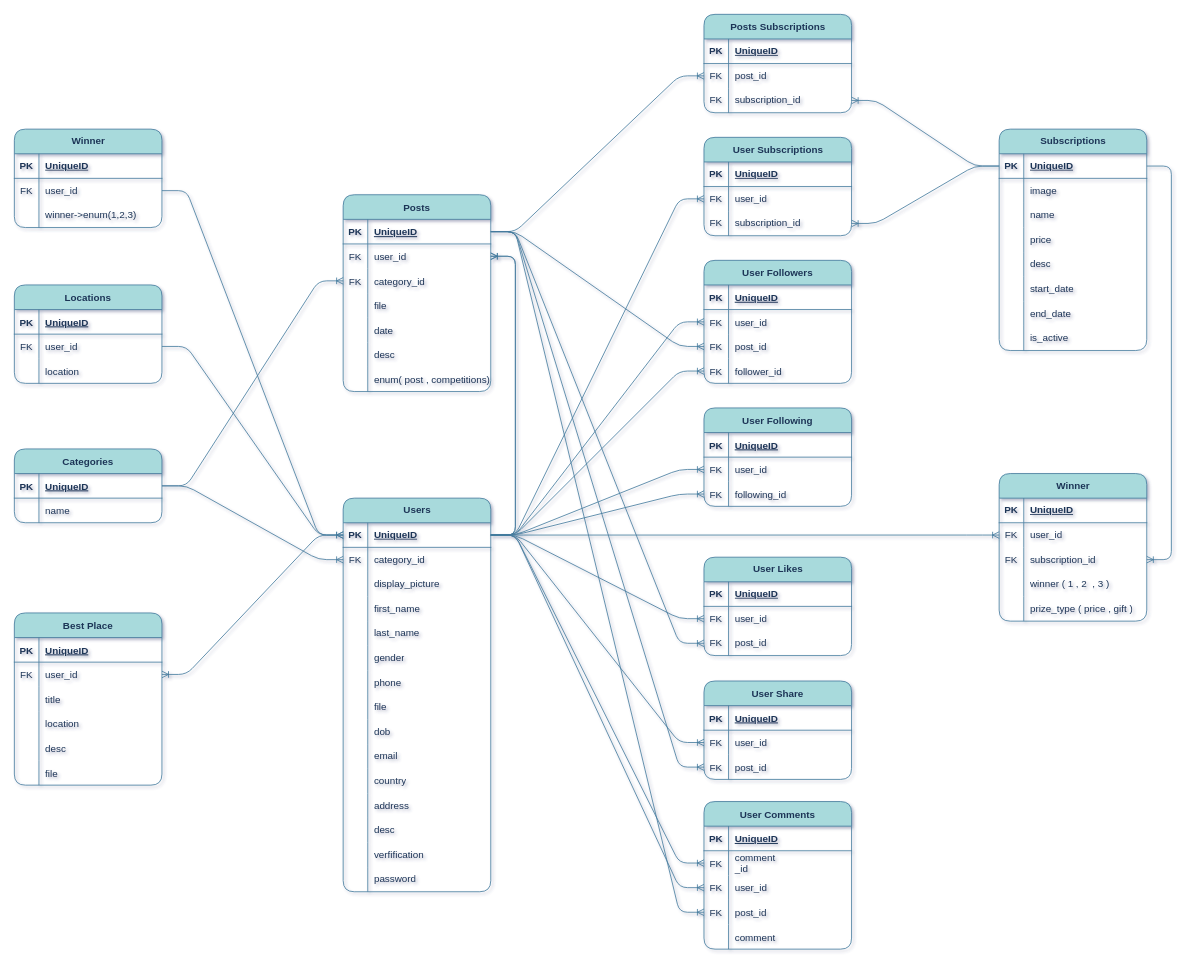
Earlier version of the draw.io diagram drone.drawio (ShariqBinZaid/dashboard_drone). Source tidied: cells renumbered, new cells numbered last; positions are measured from the earlier drawing's top-left corner, leaving out a move shared by most shapes. Both pictures are drawn from the tidied source at 82%, with x=0, y=0 at pixel (14, 14).
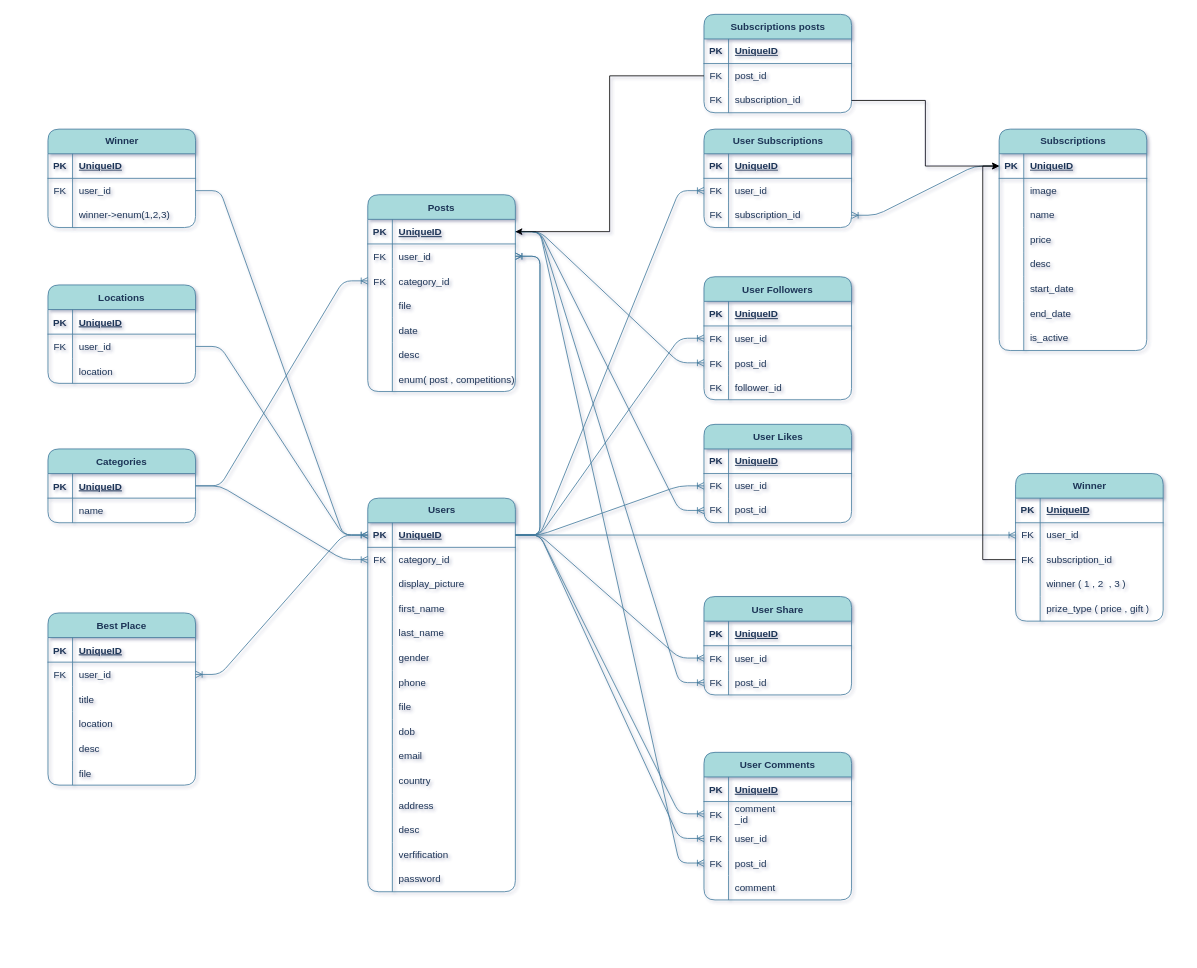
After the change.

Unchanged cells that the change refers to:
```xml
<mxCell id="3" style="shape=tableRow;horizontal=0;startSize=0;swimlaneHead=0;swimlaneBody=0;fillColor=none;points=[[0,0.5],[1,0.5]];portConstraint=eastwest;top=0;left=0;right=0;bottom=1;rounded=1;labelBackgroundColor=none;strokeColor=#457B9D;fontColor=#1D3557;" parent="2" vertex="1">
  <mxGeometry y="30" width="180" height="30" as="geometry" />
</mxCell>
<mxCell id="49" style="shape=tableRow;horizontal=0;startSize=0;swimlaneHead=0;swimlaneBody=0;fillColor=none;points=[[0,0.5],[1,0.5]];portConstraint=eastwest;top=0;left=0;right=0;bottom=1;labelBackgroundColor=none;strokeColor=#457B9D;fontColor=#1D3557;rounded=1;" parent="48" vertex="1">
  <mxGeometry y="30" width="180" height="30" as="geometry" />
</mxCell>
<mxCell id="95" style="shape=tableRow;horizontal=0;startSize=0;swimlaneHead=0;swimlaneBody=0;fillColor=none;points=[[0,0.5],[1,0.5]];portConstraint=eastwest;top=0;left=0;right=0;bottom=0;rounded=1;labelBackgroundColor=none;strokeColor=#457B9D;fontColor=#1D3557;" parent="85" vertex="1">
  <mxGeometry y="120" width="180" height="30" as="geometry" />
</mxCell>
<mxCell id="130" style="shape=tableRow;horizontal=0;startSize=0;swimlaneHead=0;swimlaneBody=0;fillColor=none;points=[[0,0.5],[1,0.5]];portConstraint=eastwest;top=0;left=0;right=0;bottom=1;rounded=1;labelBackgroundColor=none;strokeColor=#457B9D;fontColor=#1D3557;" parent="129" vertex="1">
  <mxGeometry y="30" width="180" height="30" as="geometry" />
</mxCell>
<mxCell id="133" style="shape=tableRow;horizontal=0;startSize=0;swimlaneHead=0;swimlaneBody=0;fillColor=none;points=[[0,0.5],[1,0.5]];portConstraint=eastwest;top=0;left=0;right=0;bottom=0;rounded=1;labelBackgroundColor=none;strokeColor=#457B9D;fontColor=#1D3557;" parent="129" vertex="1">
  <mxGeometry y="60" width="180" height="30" as="geometry" />
</mxCell>
<mxCell id="211" style="shape=tableRow;horizontal=0;startSize=0;swimlaneHead=0;swimlaneBody=0;fillColor=none;points=[[0,0.5],[1,0.5]];portConstraint=eastwest;top=0;left=0;right=0;bottom=0;labelBackgroundColor=none;strokeColor=#457B9D;fontColor=#1D3557;rounded=1;" parent="204" vertex="1">
  <mxGeometry y="90" width="180" height="30" as="geometry" />
</mxCell>
<mxCell id="239" style="shape=tableRow;horizontal=0;startSize=0;swimlaneHead=0;swimlaneBody=0;fillColor=none;points=[[0,0.5],[1,0.5]];portConstraint=eastwest;top=0;left=0;right=0;bottom=0;labelBackgroundColor=none;strokeColor=#457B9D;fontColor=#1D3557;rounded=1;" parent="235" vertex="1">
  <mxGeometry y="60" width="180" height="30" as="geometry" />
</mxCell>
<mxCell id="242" style="shape=tableRow;horizontal=0;startSize=0;swimlaneHead=0;swimlaneBody=0;fillColor=none;points=[[0,0.5],[1,0.5]];portConstraint=eastwest;top=0;left=0;right=0;bottom=0;labelBackgroundColor=none;strokeColor=#457B9D;fontColor=#1D3557;rounded=1;" parent="235" vertex="1">
  <mxGeometry y="90" width="180" height="30" as="geometry" />
</mxCell>
```

Change to the diagram source:
```diff
@@
     <mxCell id="2" value="Users" style="shape=table;startSize=30;childLayout=tableLayout;rowLines=0;fontStyle=1;align=center;html=1;rounded=1;labelBackgroundColor=none;fillColor=#A8DADC;strokeColor=#457B9D;fontColor=#1D3557;" parent="1" vertex="1">
-      <mxGeometry x="401" y="590" width="180" height="480" as="geometry" />
+      <mxGeometry x="431" y="590" width="180" height="480" as="geometry" />
     </mxCell>
@@
     <mxCell id="73" value="User Subscriptions" style="shape=table;startSize=30;childLayout=tableLayout;rowLines=0;fontStyle=1;align=center;html=1;labelBackgroundColor=none;fillColor=#A8DADC;strokeColor=#457B9D;fontColor=#1D3557;rounded=1;" parent="1" vertex="1">
-      <mxGeometry x="841" y="150" width="180" height="120" as="geometry" />
+      <mxGeometry x="841" y="140" width="180" height="120" as="geometry" />
     </mxCell>
@@
     <mxCell id="85" value="User Followers" style="shape=table;startSize=30;childLayout=tableLayout;rowLines=0;fontStyle=1;align=center;rounded=1;labelBackgroundColor=none;fillColor=#A8DADC;strokeColor=#457B9D;fontColor=#1D3557;" parent="1" vertex="1">
-      <mxGeometry x="841" y="300" width="180" height="150" as="geometry" />
+      <mxGeometry x="841" y="320" width="180" height="150" as="geometry" />
     </mxCell>
@@
     <mxCell id="99" value="User Likes" style="shape=table;startSize=30;childLayout=tableLayout;rowLines=0;fontStyle=1;align=center;html=1;labelBackgroundColor=none;fillColor=#A8DADC;strokeColor=#457B9D;fontColor=#1D3557;rounded=1;" parent="1" vertex="1">
-      <mxGeometry x="841" y="662" width="180" height="120" as="geometry" />
+      <mxGeometry x="841" y="500" width="180" height="120" as="geometry" />
     </mxCell>
@@
     <mxCell id="110" value="User Comments" style="shape=table;startSize=30;childLayout=tableLayout;rowLines=0;fontStyle=1;align=center;rounded=1;labelBackgroundColor=none;fillColor=#A8DADC;strokeColor=#457B9D;fontColor=#1D3557;" parent="1" vertex="1">
-      <mxGeometry x="841" y="960" width="180" height="180" as="geometry" />
+      <mxGeometry x="841" y="900" width="180" height="180" as="geometry" />
     </mxCell>
@@
     <mxCell id="129" value="Posts" style="shape=table;startSize=30;childLayout=tableLayout;rowLines=0;fontStyle=1;align=center;rounded=1;labelBackgroundColor=none;fillColor=#A8DADC;strokeColor=#457B9D;fontColor=#1D3557;" parent="1" vertex="1">
-      <mxGeometry x="401" y="220" width="180" height="240" as="geometry" />
+      <mxGeometry x="431" y="220" width="180" height="240" as="geometry" />
     </mxCell>
@@
     <mxCell id="151" style="edgeStyle=entityRelationEdgeStyle;fontSize=12;html=1;endArrow=ERoneToMany;rounded=1;labelBackgroundColor=none;strokeColor=#457B9D;fontColor=default;" parent="1" edge="1" source="3" target="133">
       <mxGeometry relative="1" as="geometry">
         <Array as="points">
-          <mxPoint x="1091" y="1030" />
+          <mxPoint x="1121" y="1030" />
         </Array>
       </mxGeometry>
     </mxCell>
     <mxCell id="152" value="Categories" style="shape=table;startSize=30;childLayout=tableLayout;rowLines=0;fontStyle=1;align=center;rounded=1;labelBackgroundColor=none;fillColor=#A8DADC;strokeColor=#457B9D;fontColor=#1D3557;" parent="1" vertex="1">
-      <mxGeometry y="530" width="180" height="90" as="geometry" />
+      <mxGeometry x="41" y="530" width="180" height="90" as="geometry" />
     </mxCell>
@@
     <mxCell id="160" value="User Share" style="shape=table;startSize=30;childLayout=tableLayout;rowLines=0;fontStyle=1;align=center;rounded=1;labelBackgroundColor=none;fillColor=#A8DADC;strokeColor=#457B9D;fontColor=#1D3557;" parent="1" vertex="1">
-      <mxGeometry x="841" y="813" width="180" height="120" as="geometry" />
+      <mxGeometry x="841" y="710" width="180" height="120" as="geometry" />
     </mxCell>
@@
     <mxCell id="173" value="Best Place" style="shape=table;startSize=30;childLayout=tableLayout;rowLines=0;fontStyle=1;align=center;rounded=1;labelBackgroundColor=none;fillColor=#A8DADC;strokeColor=#457B9D;fontColor=#1D3557;" parent="1" vertex="1">
-      <mxGeometry y="730" width="180" height="210" as="geometry" />
+      <mxGeometry x="41" y="730" width="180" height="210" as="geometry" />
     </mxCell>
@@
     <mxCell id="193" value="Locations" style="shape=table;startSize=30;childLayout=tableLayout;rowLines=0;fontStyle=1;align=center;rounded=1;labelBackgroundColor=none;fillColor=#A8DADC;strokeColor=#457B9D;fontColor=#1D3557;" parent="1" vertex="1">
-      <mxGeometry y="330" width="180" height="120" as="geometry" />
+      <mxGeometry x="41" y="330" width="180" height="120" as="geometry" />
     </mxCell>
@@
     <mxCell id="204" value="Winner" style="shape=table;startSize=30;childLayout=tableLayout;rowLines=0;fontStyle=1;align=center;html=1;labelBackgroundColor=none;fillColor=#A8DADC;strokeColor=#457B9D;fontColor=#1D3557;rounded=1;" parent="1" vertex="1">
-      <mxGeometry x="1201" y="560" width="180" height="180" as="geometry" />
+      <mxGeometry x="1221" y="560" width="180" height="180" as="geometry" />
     </mxCell>
@@
     <mxCell id="222" style="edgeStyle=entityRelationEdgeStyle;fontSize=12;html=1;endArrow=ERoneToMany;rounded=1;labelBackgroundColor=none;strokeColor=#457B9D;fontColor=default;" parent="1" edge="1" source="3" target="133">
       <mxGeometry relative="1" as="geometry">
         <Array as="points">
-          <mxPoint x="291" y="845" />
+          <mxPoint x="321" y="845" />
         </Array>
       </mxGeometry>
     </mxCell>
@@
     <mxCell id="224" value="Winner" style="shape=table;startSize=30;childLayout=tableLayout;rowLines=0;fontStyle=1;align=center;html=1;labelBackgroundColor=none;fillColor=#A8DADC;strokeColor=#457B9D;fontColor=#1D3557;rounded=1;" parent="1" vertex="1">
-      <mxGeometry y="140" width="180" height="120" as="geometry" />
+      <mxGeometry x="41" y="140" width="180" height="120" as="geometry" />
     </mxCell>
@@
+    <mxCell id="261" style="edgeStyle=orthogonalEdgeStyle;rounded=0;jettySize=auto;html=1;exitX=0;exitY=0.5;exitDx=0;exitDy=0;entryX=0;entryY=0.5;entryDx=0;entryDy=0;" parent="1" edge="1" source="211" target="49">
+      <mxGeometry relative="1" as="geometry" />
+    </mxCell>
-    <mxCell id="235" value="Posts Subscriptions" style="shape=table;startSize=30;childLayout=tableLayout;rowLines=0;fontStyle=1;align=center;html=1;labelBackgroundColor=none;fillColor=#A8DADC;strokeColor=#457B9D;fontColor=#1D3557;rounded=1;" parent="1" vertex="1">
+    <mxCell id="235" value="Subscriptions posts" style="shape=table;startSize=30;childLayout=tableLayout;rowLines=0;fontStyle=1;align=center;html=1;labelBackgroundColor=none;fillColor=#A8DADC;strokeColor=#457B9D;fontColor=#1D3557;rounded=1;" parent="1" vertex="1">
       <mxGeometry x="841" width="180" height="120" as="geometry" />
     </mxCell>
@@
-    <mxCell id="245" style="edgeStyle=entityRelationEdgeStyle;fontSize=12;html=1;endArrow=ERoneToMany;rounded=1;labelBackgroundColor=none;strokeColor=#457B9D;fontColor=default;" parent="1" edge="1" source="49" target="211">
-      <mxGeometry relative="1" as="geometry">
-        <Array as="points">
-          <mxPoint x="1171" y="610" />
-        </Array>
-      </mxGeometry>
-    </mxCell>
-    <mxCell id="246" style="edgeStyle=entityRelationEdgeStyle;fontSize=12;html=1;endArrow=ERoneToMany;rounded=1;labelBackgroundColor=none;strokeColor=#457B9D;fontColor=default;" parent="1" edge="1" source="49" target="242">
-      <mxGeometry relative="1" as="geometry">
-        <Array as="points">
-          <mxPoint x="1171" y="610" />
-        </Array>
-      </mxGeometry>
-    </mxCell>
-    <mxCell id="247" style="edgeStyle=entityRelationEdgeStyle;fontSize=12;html=1;endArrow=ERoneToMany;rounded=1;labelBackgroundColor=none;strokeColor=#457B9D;fontColor=default;" parent="1" edge="1" source="130" target="239">
-      <mxGeometry relative="1" as="geometry">
-        <Array as="points">
-          <mxPoint x="1181" y="620" />
-        </Array>
-      </mxGeometry>
-    </mxCell>
-    <mxCell id="248" value="User Following" style="shape=table;startSize=30;childLayout=tableLayout;rowLines=0;fontStyle=1;align=center;rounded=1;labelBackgroundColor=none;fillColor=#A8DADC;strokeColor=#457B9D;fontColor=#1D3557;" parent="1" vertex="1">
-      <mxGeometry x="841" y="480" width="180" height="120" as="geometry" />
-    </mxCell>
-    <mxCell id="249" style="shape=tableRow;horizontal=0;startSize=0;swimlaneHead=0;swimlaneBody=0;fillColor=none;top=0;left=0;right=0;bottom=1;rounded=1;labelBackgroundColor=none;strokeColor=#457B9D;fontColor=#1D3557;" parent="248" vertex="1">
-      <mxGeometry y="30" width="180" height="30" as="geometry" />
-    </mxCell>
-    <mxCell id="250" value="PK" style="shape=partialRectangle;fillColor=none;top=0;left=0;bottom=0;right=0;fontStyle=1;overflow=hidden;rounded=1;labelBackgroundColor=none;strokeColor=#457B9D;fontColor=#1D3557;" parent="249" vertex="1">
-      <mxGeometry width="30" height="30" as="geometry" />
-    </mxCell>
-    <mxCell id="251" value="UniqueID" style="shape=partialRectangle;fillColor=none;top=0;left=0;bottom=0;right=0;align=left;spacingLeft=6;fontStyle=5;overflow=hidden;rounded=1;labelBackgroundColor=none;strokeColor=#457B9D;fontColor=#1D3557;" parent="249" vertex="1">
-      <mxGeometry x="30" width="150" height="30" as="geometry" />
-    </mxCell>
-    <mxCell id="252" style="shape=tableRow;horizontal=0;startSize=0;swimlaneHead=0;swimlaneBody=0;fillColor=none;points=[[0,0.5],[1,0.5]];portConstraint=eastwest;top=0;left=0;right=0;bottom=0;rounded=1;labelBackgroundColor=none;strokeColor=#457B9D;fontColor=#1D3557;" parent="248" vertex="1">
-      <mxGeometry y="60" width="180" height="30" as="geometry" />
-    </mxCell>
-    <mxCell id="253" value="FK" style="shape=partialRectangle;fillColor=none;top=0;left=0;bottom=0;right=0;overflow=hidden;rounded=1;labelBackgroundColor=none;strokeColor=#457B9D;fontColor=#1D3557;" parent="252" vertex="1">
-      <mxGeometry width="30" height="30" as="geometry" />
-    </mxCell>
-    <mxCell id="254" value="user_id" style="shape=partialRectangle;fillColor=none;top=0;left=0;bottom=0;right=0;align=left;spacingLeft=6;overflow=hidden;rounded=1;labelBackgroundColor=none;strokeColor=#457B9D;fontColor=#1D3557;" parent="252" vertex="1">
-      <mxGeometry x="30" width="150" height="30" as="geometry" />
-    </mxCell>
-    <mxCell id="255" style="shape=tableRow;horizontal=0;startSize=0;swimlaneHead=0;swimlaneBody=0;fillColor=none;points=[[0,0.5],[1,0.5]];portConstraint=eastwest;top=0;left=0;right=0;bottom=0;rounded=1;labelBackgroundColor=none;strokeColor=#457B9D;fontColor=#1D3557;" parent="248" vertex="1">
-      <mxGeometry y="90" width="180" height="30" as="geometry" />
-    </mxCell>
-    <mxCell id="256" value="FK" style="shape=partialRectangle;fillColor=none;top=0;left=0;bottom=0;right=0;overflow=hidden;rounded=1;labelBackgroundColor=none;strokeColor=#457B9D;fontColor=#1D3557;" parent="255" vertex="1">
-      <mxGeometry width="30" height="30" as="geometry" />
-    </mxCell>
-    <mxCell id="257" value="following_id" style="shape=partialRectangle;fillColor=none;top=0;left=0;bottom=0;right=0;align=left;spacingLeft=6;overflow=hidden;rounded=1;labelBackgroundColor=none;strokeColor=#457B9D;fontColor=#1D3557;" parent="255" vertex="1">
-      <mxGeometry x="30" width="150" height="30" as="geometry" />
-    </mxCell>
-    <mxCell id="258" style="edgeStyle=entityRelationEdgeStyle;fontSize=12;html=1;endArrow=ERoneToMany;rounded=1;labelBackgroundColor=none;strokeColor=#457B9D;fontColor=default;" parent="1" edge="1" source="3" target="252">
-      <mxGeometry relative="1" as="geometry">
-        <Array as="points">
-          <mxPoint x="1191" y="630" />
-        </Array>
-      </mxGeometry>
-    </mxCell>
-    <mxCell id="259" style="edgeStyle=entityRelationEdgeStyle;fontSize=12;html=1;endArrow=ERoneToMany;rounded=1;labelBackgroundColor=none;strokeColor=#457B9D;fontColor=default;" parent="1" edge="1" source="3" target="255">
-      <mxGeometry relative="1" as="geometry">
-        <Array as="points">
-          <mxPoint x="1201" y="640" />
-        </Array>
-      </mxGeometry>
-    </mxCell>
-    <mxCell id="260" style="edgeStyle=entityRelationEdgeStyle;fontSize=12;html=1;endArrow=ERoneToMany;rounded=1;labelBackgroundColor=none;strokeColor=#457B9D;fontColor=default;" parent="1" edge="1" source="3" target="95">
-      <mxGeometry relative="1" as="geometry">
-        <Array as="points">
-          <mxPoint x="1201" y="640" />
-        </Array>
-      </mxGeometry>
-    </mxCell>
+    <mxCell id="262" style="edgeStyle=orthogonalEdgeStyle;rounded=0;jettySize=auto;html=1;exitX=0;exitY=0.5;exitDx=0;exitDy=0;" parent="1" edge="1" source="239" target="130">
+      <mxGeometry relative="1" as="geometry" />
+    </mxCell>
+    <mxCell id="263" style="edgeStyle=orthogonalEdgeStyle;rounded=0;jettySize=auto;html=1;exitX=1;exitY=0.5;exitDx=0;exitDy=0;entryX=0;entryY=0.5;entryDx=0;entryDy=0;" parent="1" edge="1" source="242" target="49">
+      <mxGeometry relative="1" as="geometry" />
+    </mxCell>
```
